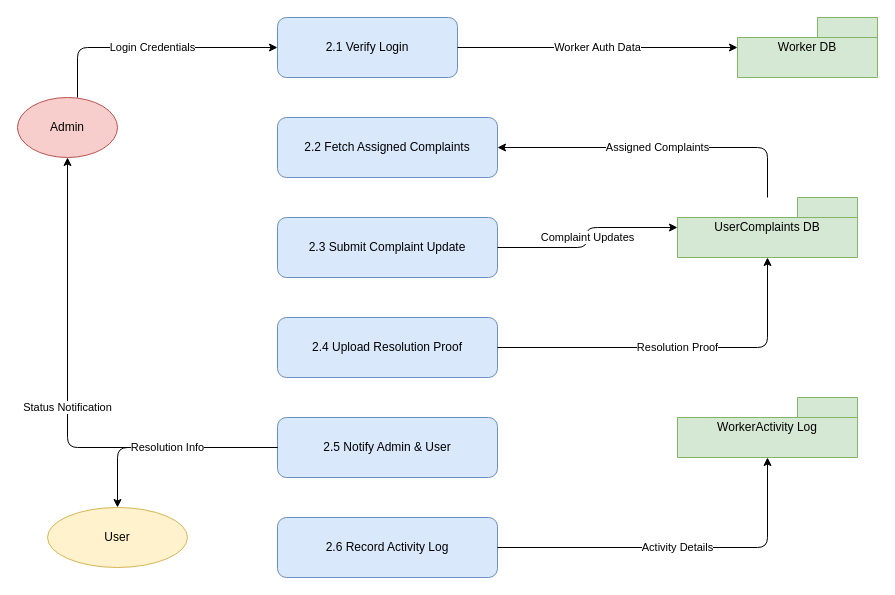
Before: UML diagrams/workerDFD.drawio in shitkarjidnesh/FixMyCity, a draw.io diagram. Source tidied: cells renumbered, new cells numbered last; positions are measured from the earlier drawing's top-left corner, leaving out a move shared by most shapes. Both pictures are drawn from the tidied source at 100%, with x=0, y=0 at pixel (17, 17).
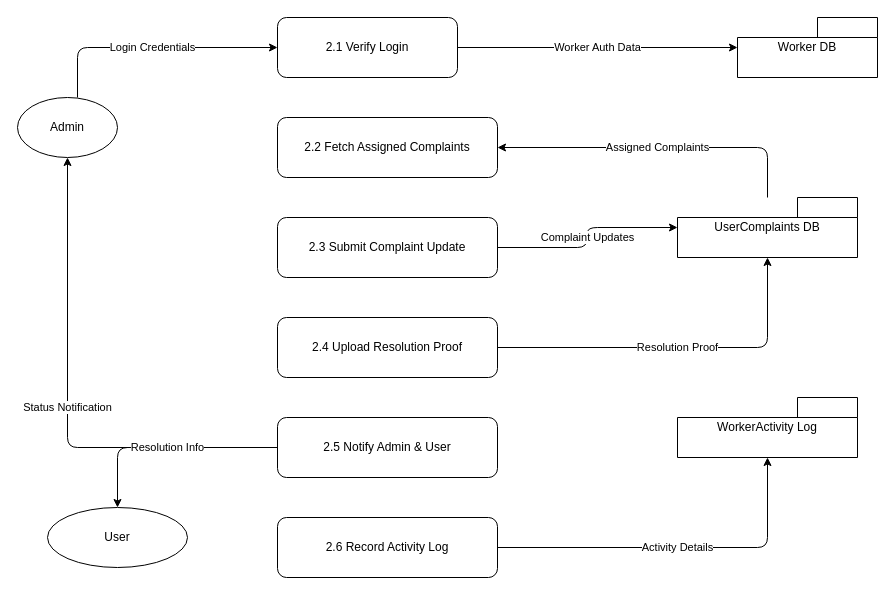
The same diagram, later.

What changed in the source:
```diff
@@
-    <mxCell id="2" value="Admin" style="shape=ellipse;whiteSpace=wrap;html=1;fillColor=#f8cecc;strokeColor=#b85450;" parent="1" vertex="1">
+    <mxCell id="2" value="Admin" style="shape=ellipse;whiteSpace=wrap;html=1;" parent="1" vertex="1">
       <mxGeometry y="80" width="100" height="60" as="geometry" />
     </mxCell>
-    <mxCell id="3" value="User" style="shape=ellipse;whiteSpace=wrap;html=1;fillColor=#fff2cc;strokeColor=#d6b656;" parent="1" vertex="1">
+    <mxCell id="3" value="User" style="shape=ellipse;whiteSpace=wrap;html=1;" parent="1" vertex="1">
       <mxGeometry x="30" y="490" width="140" height="60" as="geometry" />
     </mxCell>
-    <mxCell id="4" value="2.1 Verify Login" style="shape=rectangle;rounded=1;whiteSpace=wrap;html=1;fillColor=#dae8fc;strokeColor=#6c8ebf;" parent="1" vertex="1">
+    <mxCell id="4" value="2.1 Verify Login" style="shape=rectangle;rounded=1;whiteSpace=wrap;html=1;" parent="1" vertex="1">
       <mxGeometry x="260" width="180" height="60" as="geometry" />
     </mxCell>
-    <mxCell id="5" value="2.2 Fetch Assigned Complaints" style="shape=rectangle;rounded=1;whiteSpace=wrap;html=1;fillColor=#dae8fc;strokeColor=#6c8ebf;" parent="1" vertex="1">
+    <mxCell id="5" value="2.2 Fetch Assigned Complaints" style="shape=rectangle;rounded=1;whiteSpace=wrap;html=1;" parent="1" vertex="1">
       <mxGeometry x="260" y="100" width="220" height="60" as="geometry" />
     </mxCell>
-    <mxCell id="6" value="2.3 Submit Complaint Update" style="shape=rectangle;rounded=1;whiteSpace=wrap;html=1;fillColor=#dae8fc;strokeColor=#6c8ebf;" parent="1" vertex="1">
+    <mxCell id="6" value="2.3 Submit Complaint Update" style="shape=rectangle;rounded=1;whiteSpace=wrap;html=1;" parent="1" vertex="1">
       <mxGeometry x="260" y="200" width="220" height="60" as="geometry" />
     </mxCell>
-    <mxCell id="7" value="2.4 Upload Resolution Proof" style="shape=rectangle;rounded=1;whiteSpace=wrap;html=1;fillColor=#dae8fc;strokeColor=#6c8ebf;" parent="1" vertex="1">
+    <mxCell id="7" value="2.4 Upload Resolution Proof" style="shape=rectangle;rounded=1;whiteSpace=wrap;html=1;" parent="1" vertex="1">
       <mxGeometry x="260" y="300" width="220" height="60" as="geometry" />
     </mxCell>
-    <mxCell id="8" value="2.5 Notify Admin &amp; User" style="shape=rectangle;rounded=1;whiteSpace=wrap;html=1;fillColor=#dae8fc;strokeColor=#6c8ebf;" parent="1" vertex="1">
+    <mxCell id="8" value="2.5 Notify Admin &amp; User" style="shape=rectangle;rounded=1;whiteSpace=wrap;html=1;" parent="1" vertex="1">
       <mxGeometry x="260" y="400" width="220" height="60" as="geometry" />
     </mxCell>
-    <mxCell id="9" value="2.6 Record Activity Log" style="shape=rectangle;rounded=1;whiteSpace=wrap;html=1;fillColor=#dae8fc;strokeColor=#6c8ebf;" parent="1" vertex="1">
+    <mxCell id="9" value="2.6 Record Activity Log" style="shape=rectangle;rounded=1;whiteSpace=wrap;html=1;" parent="1" vertex="1">
       <mxGeometry x="260" y="500" width="220" height="60" as="geometry" />
     </mxCell>
-    <mxCell id="10" value="Worker DB" style="shape=folder;whiteSpace=wrap;html=1;fillColor=#d5e8d4;strokeColor=#82b366;" parent="1" vertex="1">
+    <mxCell id="10" value="Worker DB" style="shape=folder;whiteSpace=wrap;html=1;" parent="1" vertex="1">
       <mxGeometry x="720" width="140" height="60" as="geometry" />
     </mxCell>
-    <mxCell id="11" value="UserComplaints DB" style="shape=folder;whiteSpace=wrap;html=1;fillColor=#d5e8d4;strokeColor=#82b366;" parent="1" vertex="1">
+    <mxCell id="11" value="UserComplaints DB" style="shape=folder;whiteSpace=wrap;html=1;" parent="1" vertex="1">
       <mxGeometry x="660" y="180" width="180" height="60" as="geometry" />
     </mxCell>
-    <mxCell id="12" value="WorkerActivity Log" style="shape=folder;whiteSpace=wrap;html=1;fillColor=#d5e8d4;strokeColor=#82b366;" parent="1" vertex="1">
+    <mxCell id="12" value="WorkerActivity Log" style="shape=folder;whiteSpace=wrap;html=1;" parent="1" vertex="1">
       <mxGeometry x="660" y="380" width="180" height="60" as="geometry" />
     </mxCell>
-    <mxCell id="13" value="Login Credentials" style="edgeStyle=orthogonalEdgeStyle;rounded=1;endArrow=classic;html=1;strokeColor=#000000;" parent="1" edge="1" source="2" target="4">
+    <mxCell id="13" value="Login Credentials" style="edgeStyle=orthogonalEdgeStyle;rounded=1;endArrow=classic;html=1;" parent="1" edge="1" source="2" target="4">
       <mxGeometry relative="1" as="geometry">
         <Array as="points">
           <mxPoint x="60" y="30" />
         </Array>
       </mxGeometry>
     </mxCell>
```
